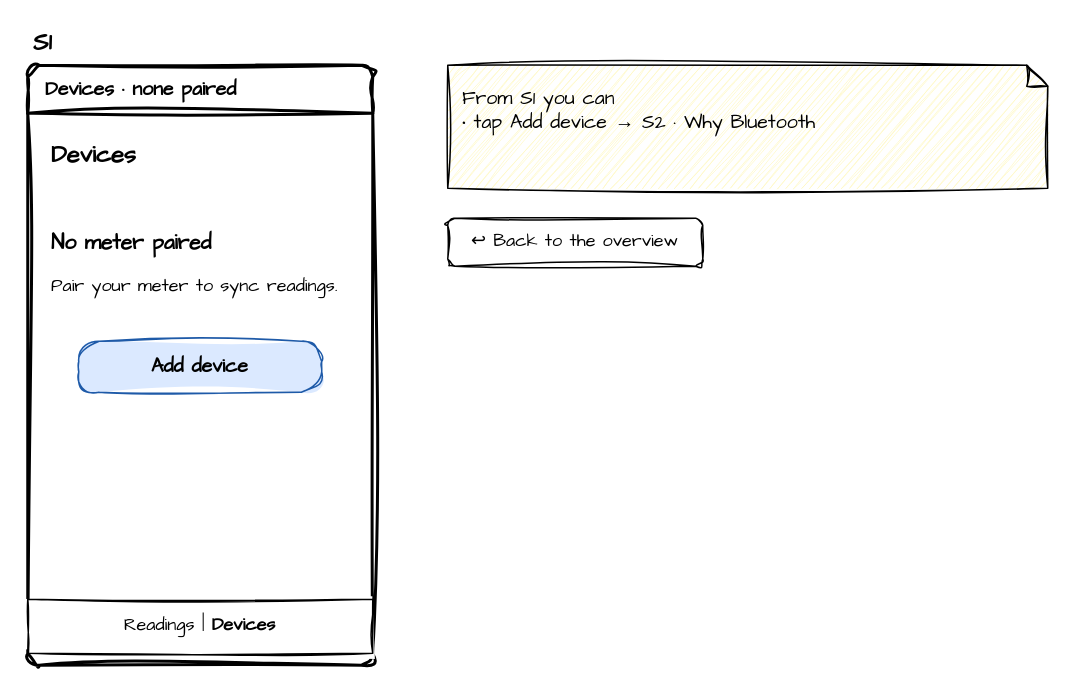
Earlier version of the draw.io diagram page "S1 Devices — None paired" (2 of 15) of docs/examples/pair-a-meter/click-through.drawio (AnilDeshpande/codetutor-mobile-prototyper). Source tidied: cells renumbered, new cells numbered last; positions are measured from the earlier drawing's top-left corner, leaving out a move shared by most shapes. Both pictures are drawn from the tidied source at 150%, with x=0, y=0 at pixel (27, 26).
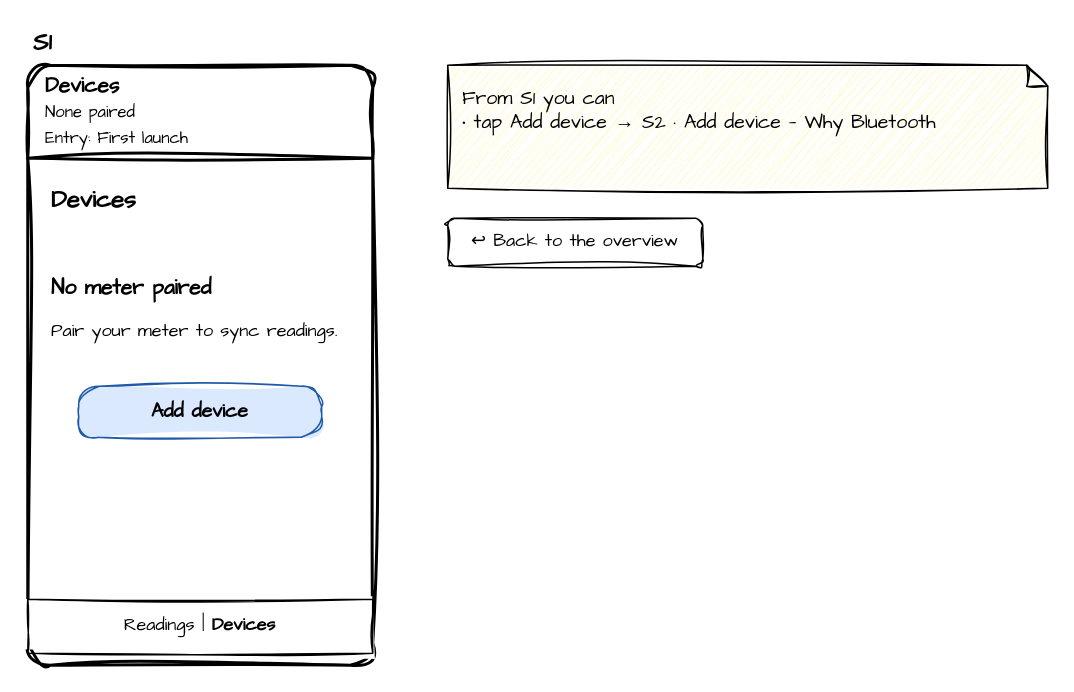
The same diagram, later.

The edit, as a diff of the source:
```diff
@@
 <mxGraphModel>
   <root>
     <mxCell id="0" />
     <mxCell id="1" parent="0" />
-    <mxCell id="2" value="Devices · none paired" style="sketch=1;curveFitting=1;jiggle=2;hachureGap=4;fontFamily=Architects Daughter;html=1;whiteSpace=wrap;swimlane;startSize=32;rounded=1;arcSize=8;strokeWidth=2;align=left;spacingLeft=10;fontSize=13;fontStyle=1;fillColor=#ffffff;swimlaneFillColor=#ffffff;" parent="1" vertex="1">
+    <mxCell id="2" value="&lt;b&gt;Devices&lt;/b&gt;&lt;br&gt;&lt;span style=&quot;font-size:11px&quot;&gt;None paired&lt;br&gt;Entry: First launch&lt;/span&gt;" style="sketch=1;curveFitting=1;jiggle=2;hachureGap=4;fontFamily=Architects Daughter;html=1;whiteSpace=wrap;swimlane;startSize=62;rounded=1;arcSize=8;strokeWidth=2;align=left;spacingLeft=10;fontSize=14;fontStyle=0;fillColor=#ffffff;swimlaneFillColor=#ffffff;" parent="1" vertex="1">
       <mxGeometry y="26" width="230" height="400" as="geometry" />
     </mxCell>
     <mxCell id="3" value="&lt;b&gt;S1&lt;/b&gt;" style="sketch=1;curveFitting=1;jiggle=2;hachureGap=4;fontFamily=Architects Daughter;html=1;whiteSpace=wrap;text;align=left;verticalAlign=middle;fontSize=16;strokeColor=none;fillColor=none;" parent="2" vertex="1">
       <mxGeometry x="2" y="-26" width="50" height="22" as="geometry" />
     </mxCell>
     <mxCell id="4" value="Devices" style="sketch=1;curveFitting=1;jiggle=2;hachureGap=4;fontFamily=Architects Daughter;html=1;whiteSpace=wrap;text;strokeColor=none;fillColor=none;align=left;fontSize=16;fontStyle=1;" parent="2" vertex="1">
-      <mxGeometry x="14" y="44" width="202" height="28" as="geometry" />
+      <mxGeometry x="14" y="74" width="202" height="28" as="geometry" />
     </mxCell>
     <mxCell id="5" value="No meter paired" style="sketch=1;curveFitting=1;jiggle=2;hachureGap=4;fontFamily=Architects Daughter;html=1;whiteSpace=wrap;text;strokeColor=none;fillColor=none;fontSize=14;fontStyle=1;" parent="2" vertex="1">
-      <mxGeometry x="14" y="104" width="202" height="22" as="geometry" />
+      <mxGeometry x="14" y="134" width="202" height="22" as="geometry" />
     </mxCell>
     <mxCell id="6" value="Pair your meter to sync readings." style="sketch=1;curveFitting=1;jiggle=2;hachureGap=4;fontFamily=Architects Daughter;html=1;whiteSpace=wrap;text;strokeColor=none;fillColor=none;fontSize=12;" parent="2" vertex="1">
-      <mxGeometry x="14" y="134" width="202" height="42" as="geometry" />
+      <mxGeometry x="14" y="164" width="202" height="42" as="geometry" />
     </mxCell>
     <mxCell id="7" value="Add device" style="sketch=1;curveFitting=1;jiggle=2;hachureGap=4;fontFamily=Architects Daughter;html=1;whiteSpace=wrap;rounded=1;arcSize=40;fontSize=13;fontStyle=1;fillColor=#dbe9ff;fillStyle=solid;strokeColor=#1e5aa8;" parent="2" vertex="1">
-      <mxGeometry x="34" y="184" width="162" height="34" as="geometry" />
+      <mxGeometry x="34" y="214" width="162" height="34" as="geometry" />
     </mxCell>
     <mxCell id="8" value="Readings   |   &lt;b&gt;Devices&lt;/b&gt;" style="sketch=1;curveFitting=1;jiggle=2;hachureGap=4;fontFamily=Architects Daughter;html=1;whiteSpace=wrap;rounded=0;fontSize=12;fillColor=#ffffff;" parent="2" vertex="1">
       <mxGeometry y="356" width="230" height="36" as="geometry" />
     </mxCell>
-    <mxCell id="9" value="From S1 you can&lt;br&gt;• tap Add device  →  S2 · Why Bluetooth" style="sketch=1;curveFitting=1;jiggle=2;hachureGap=4;fontFamily=Architects Daughter;html=1;whiteSpace=wrap;shape=note;size=14;align=left;verticalAlign=top;spacing=10;fontSize=13;fillColor=#fff8c4;" parent="1" vertex="1">
+    <mxCell id="9" value="From S1 you can&lt;br&gt;• tap Add device  →  S2 · Add device — Why Bluetooth" style="sketch=1;curveFitting=1;jiggle=2;hachureGap=4;fontFamily=Architects Daughter;html=1;whiteSpace=wrap;shape=note;size=14;align=left;verticalAlign=top;spacing=10;fontSize=13;fillColor=#fff8c4;" parent="1" vertex="1">
       <mxGeometry x="280" y="26" width="400" height="82" as="geometry" />
     </mxCell>
     <mxCell id="10" value="↩ Back to the overview" style="sketch=1;curveFitting=1;jiggle=2;hachureGap=4;fontFamily=Architects Daughter;html=1;whiteSpace=wrap;rounded=1;fontSize=12;fillColor=#ffffff;" parent="1" vertex="1">
       <mxGeometry x="280" y="128" width="170" height="32" as="geometry" />
     </mxCell>
   </root>
 </mxGraphModel>
```
